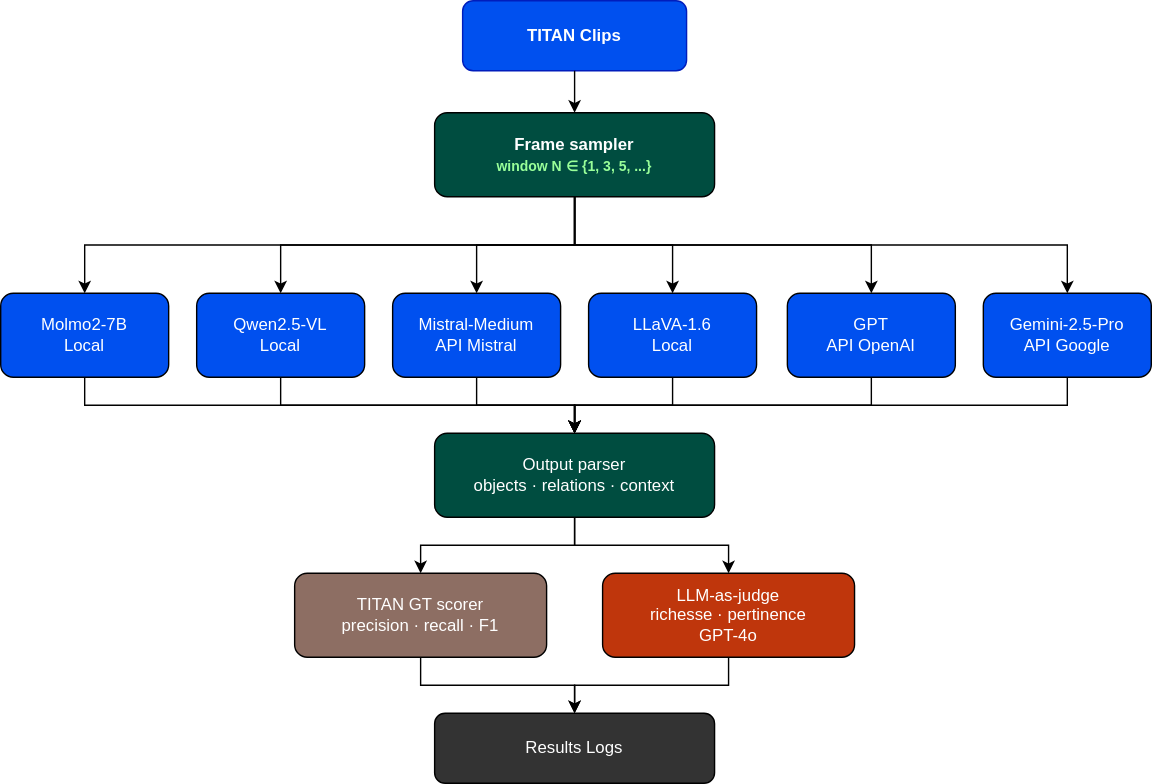
suitqb/Semora keeps this draw.io diagram as assets/schema.svg. Above is the earlier version. Source tidied: cells renumbered, new cells last; positions are measured from the earlier drawing's top-left corner, leaving out a move shared by most shapes.
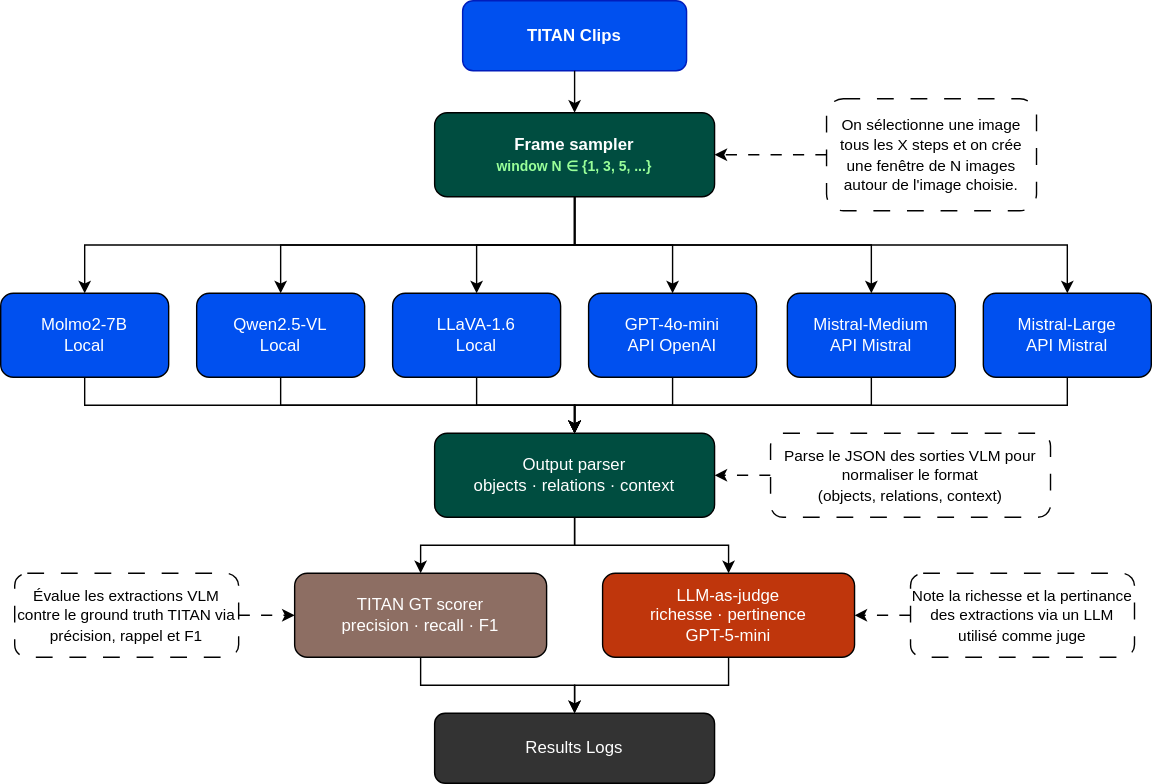
After the change.

Diff of the diagram source:
```diff
@@ -38,13 +38,13 @@
     <mxCell id="13" style="edgeStyle=orthogonalEdgeStyle;rounded=0;jettySize=auto;html=1;exitX=0.5;exitY=1;exitDx=0;exitDy=0;entryX=0.5;entryY=0;entryDx=0;entryDy=0;strokeColor=light-dark(#000000,#FFFFFF);" parent="1" edge="1" source="14" target="19">
       <mxGeometry relative="1" as="geometry" />
     </mxCell>
-    <mxCell id="14" value="Mistral-Medium&lt;br&gt;API Mistral" style="rounded=1;whiteSpace=wrap;html=1;fillColor=#0050ef;strokeColor=light-dark(#000000,#FFFFFF);fontColor=#ffffff;" parent="1" vertex="1">
+    <mxCell id="14" value="LLaVA-1.6&lt;br&gt;Local" style="rounded=1;whiteSpace=wrap;html=1;fillColor=#0050ef;strokeColor=light-dark(#000000,#FFFFFF);fontColor=#ffffff;" parent="1" vertex="1">
       <mxGeometry x="280" y="209" width="120" height="60" as="geometry" />
     </mxCell>
     <mxCell id="15" style="edgeStyle=orthogonalEdgeStyle;rounded=0;jettySize=auto;html=1;exitX=0.5;exitY=1;exitDx=0;exitDy=0;entryX=0.5;entryY=0;entryDx=0;entryDy=0;strokeColor=light-dark(#000000,#FFFFFF);" parent="1" edge="1" source="16" target="19">
       <mxGeometry relative="1" as="geometry" />
     </mxCell>
-    <mxCell id="16" value="LLaVA-1.6&lt;br&gt;Local" style="rounded=1;whiteSpace=wrap;html=1;fillColor=#0050ef;strokeColor=light-dark(#000000,#FFFFFF);fontColor=#ffffff;" parent="1" vertex="1">
+    <mxCell id="16" value="GPT-4o-mini&lt;div&gt;API OpenAI&lt;/div&gt;" style="rounded=1;whiteSpace=wrap;html=1;fillColor=#0050ef;strokeColor=light-dark(#000000,#FFFFFF);fontColor=#ffffff;" parent="1" vertex="1">
       <mxGeometry x="420" y="209" width="120" height="60" as="geometry" />
     </mxCell>
     <mxCell id="17" style="edgeStyle=orthogonalEdgeStyle;rounded=0;jettySize=auto;html=1;exitX=0.5;exitY=1;exitDx=0;exitDy=0;" parent="1" edge="1" source="19" target="21">
@@ -67,7 +67,7 @@
         <mxPoint x="410" y="509" as="targetPoint" />
       </mxGeometry>
     </mxCell>
-    <mxCell id="23" value="LLM-as-judge&lt;br&gt;richesse · pertinence&lt;div&gt;GPT-4o&lt;/div&gt;" style="rounded=1;whiteSpace=wrap;html=1;fillColor=#bf360c;fontColor=#ffffff;" parent="1" vertex="1">
+    <mxCell id="23" value="LLM-as-judge&lt;br&gt;richesse · pertinence&lt;div&gt;GPT-5-mini&lt;/div&gt;" style="rounded=1;whiteSpace=wrap;html=1;fillColor=#bf360c;fontColor=#ffffff;" parent="1" vertex="1">
       <mxGeometry x="430" y="409" width="180" height="60" as="geometry" />
     </mxCell>
     <mxCell id="24" value="Results Logs" style="rounded=1;whiteSpace=wrap;html=1;fillColor=#333333;fontColor=#ffffff;" parent="1" vertex="1">
@@ -81,17 +81,43 @@
         <mxPoint x="410" y="309" as="targetPoint" />
       </mxGeometry>
     </mxCell>
-    <mxCell id="27" value="GPT&lt;br&gt;API OpenAI" style="rounded=1;whiteSpace=wrap;html=1;fillColor=#0050ef;strokeColor=light-dark(#000000,#FFFFFF);fontColor=#ffffff;" parent="1" vertex="1">
+    <mxCell id="27" value="Mistral-Medium&lt;br&gt;API Mistral" style="rounded=1;whiteSpace=wrap;html=1;fillColor=#0050ef;strokeColor=light-dark(#000000,#FFFFFF);fontColor=#ffffff;" parent="1" vertex="1">
       <mxGeometry x="562" y="209" width="120" height="60" as="geometry" />
     </mxCell>
     <mxCell id="28" style="edgeStyle=orthogonalEdgeStyle;rounded=0;jettySize=auto;html=1;exitX=0.5;exitY=1;exitDx=0;exitDy=0;entryX=0.5;entryY=0;entryDx=0;entryDy=0;strokeColor=light-dark(#000000,#FFFFFF);" parent="1" edge="1" source="29" target="19">
       <mxGeometry relative="1" as="geometry" />
     </mxCell>
-    <mxCell id="29" value="Gemini-2.5-Pro&lt;div&gt;API Google&lt;/div&gt;" style="rounded=1;whiteSpace=wrap;html=1;fillColor=#0050ef;strokeColor=light-dark(#000000,#FFFFFF);fontColor=#ffffff;" parent="1" vertex="1">
+    <mxCell id="29" value="Mistral-Large&lt;div&gt;API Mistral&lt;/div&gt;" style="rounded=1;whiteSpace=wrap;html=1;fillColor=#0050ef;strokeColor=light-dark(#000000,#FFFFFF);fontColor=#ffffff;" parent="1" vertex="1">
       <mxGeometry x="702" y="209" width="120" height="60" as="geometry" />
     </mxCell>
     <mxCell id="30" style="edgeStyle=orthogonalEdgeStyle;rounded=0;jettySize=auto;html=1;exitX=0.5;exitY=1;exitDx=0;exitDy=0;entryX=0.5;entryY=0;entryDx=0;entryDy=0;" parent="1" edge="1" source="8" target="16">
       <mxGeometry relative="1" as="geometry" />
     </mxCell>
+    <mxCell id="31" style="edgeStyle=orthogonalEdgeStyle;rounded=0;jettySize=auto;html=1;dashed=1;dashPattern=8 8;" parent="1" edge="1" source="32" target="8">
+      <mxGeometry relative="1" as="geometry" />
+    </mxCell>
+    <mxCell id="32" value="&lt;span style=&quot;font-weight: normal;&quot;&gt;&lt;font style=&quot;font-size: 11px;&quot;&gt;On sélectionne une image tous les X steps et on crée une fenêtre de N images autour de l'image choisie.&lt;/font&gt;&lt;/span&gt;" style="rounded=1;whiteSpace=wrap;html=1;fontStyle=1;dashed=1;dashPattern=12 12;" parent="1" vertex="1">
+      <mxGeometry x="590" y="70" width="150" height="80" as="geometry" />
+    </mxCell>
+    <mxCell id="33" style="edgeStyle=orthogonalEdgeStyle;rounded=0;jettySize=auto;html=1;exitX=0;exitY=0.5;exitDx=0;exitDy=0;entryX=1;entryY=0.5;entryDx=0;entryDy=0;dashed=1;dashPattern=8 8;" parent="1" edge="1" source="34" target="19">
+      <mxGeometry relative="1" as="geometry" />
+    </mxCell>
+    <mxCell id="34" value="&lt;span style=&quot;font-weight: normal;&quot;&gt;&lt;font style=&quot;font-size: 11px;&quot;&gt;Parse le JSON des sorties VLM pour normaliser le format&lt;br&gt;(objects, relations, context)&lt;/font&gt;&lt;/span&gt;" style="rounded=1;whiteSpace=wrap;html=1;fontStyle=1;dashed=1;dashPattern=12 12;" parent="1" vertex="1">
+      <mxGeometry x="550" y="309" width="200" height="60" as="geometry" />
+    </mxCell>
+    <mxCell id="35" style="edgeStyle=orthogonalEdgeStyle;rounded=0;jettySize=auto;html=1;exitX=0;exitY=0.5;exitDx=0;exitDy=0;entryX=1;entryY=0.5;entryDx=0;entryDy=0;dashed=1;dashPattern=8 8;" parent="1" edge="1" source="36">
+      <mxGeometry relative="1" as="geometry">
+        <mxPoint x="610" y="439" as="targetPoint" />
+      </mxGeometry>
+    </mxCell>
+    <mxCell id="36" value="&lt;span style=&quot;font-size: 11px; font-weight: 400;&quot;&gt;Note la richesse et la pertinance des extractions via un LLM utilisé comme juge&lt;/span&gt;" style="rounded=1;whiteSpace=wrap;html=1;fontStyle=1;dashed=1;dashPattern=12 12;" parent="1" vertex="1">
+      <mxGeometry x="650" y="409" width="160" height="60" as="geometry" />
+    </mxCell>
+    <mxCell id="37" style="edgeStyle=orthogonalEdgeStyle;rounded=0;jettySize=auto;html=1;dashed=1;dashPattern=8 8;" parent="1" edge="1" source="38" target="21">
+      <mxGeometry relative="1" as="geometry" />
+    </mxCell>
+    <mxCell id="38" value="&lt;span style=&quot;font-size: 11px; font-weight: 400;&quot;&gt;Évalue les extractions VLM contre le ground truth TITAN via précision, rappel et F1&lt;/span&gt;" style="rounded=1;whiteSpace=wrap;html=1;fontStyle=1;dashed=1;dashPattern=12 12;" parent="1" vertex="1">
+      <mxGeometry x="10" y="409" width="160" height="60" as="geometry" />
+    </mxCell>
   </root>
 </mxGraphModel>
```
